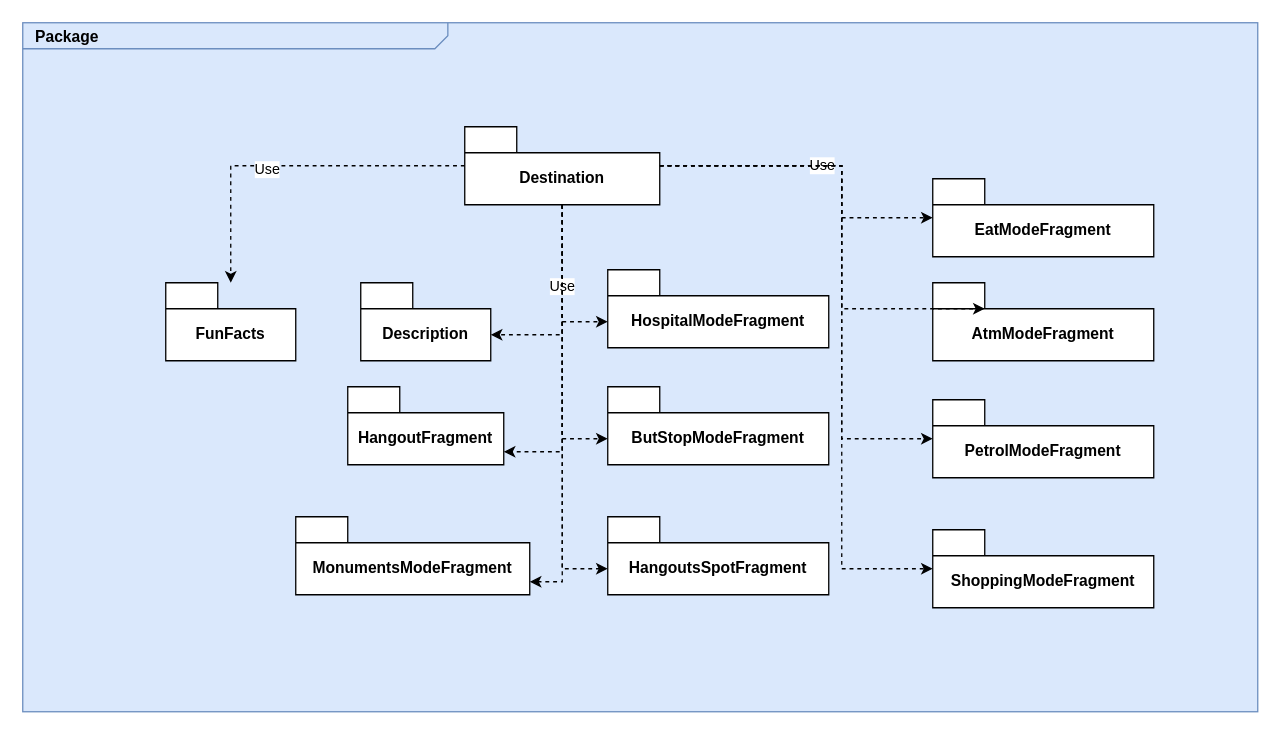
Earlier version of the draw.io diagram Models.drawio (MurielleMardenli200/LOG8430_TP1). Source tidied: cells renumbered, new cells numbered last; positions are measured from the earlier drawing's top-left corner, leaving out a move shared by most shapes. Both pictures are drawn from the tidied source at 130%, with x=0, y=0 at pixel (22, 22).
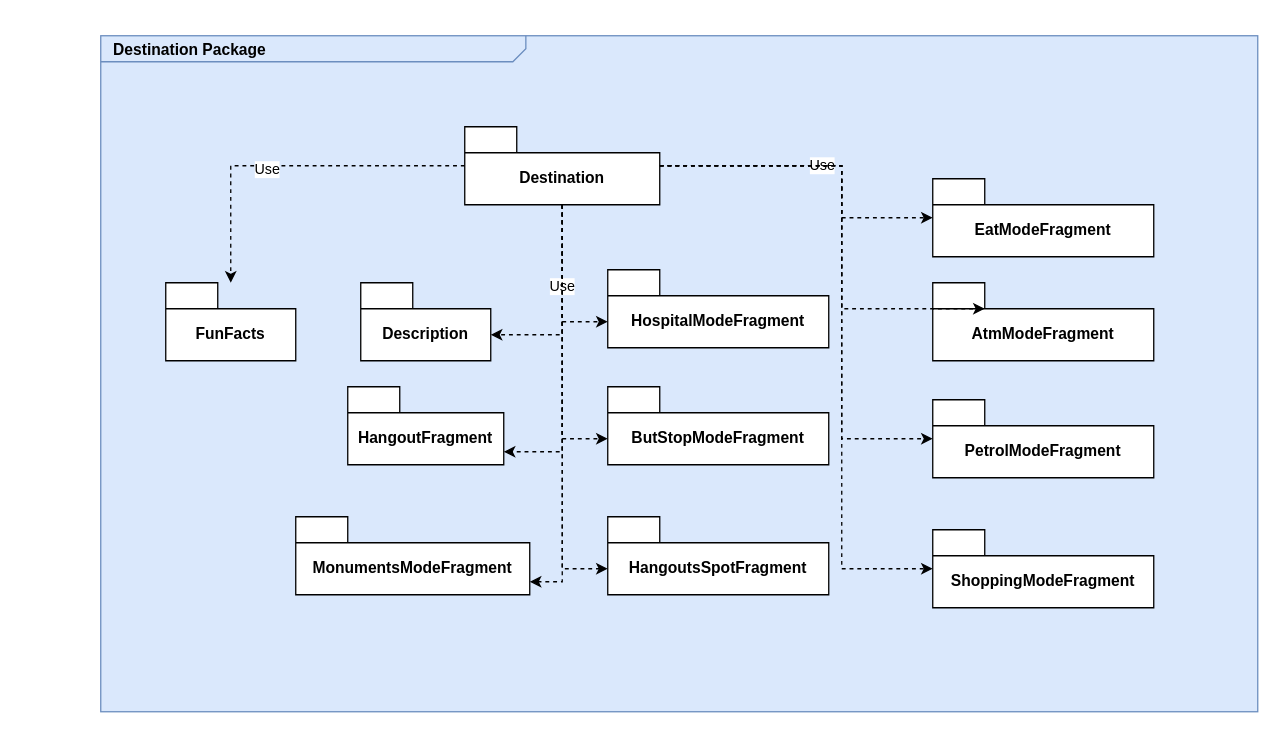
The same page after the edit.

What changed in the source:
```diff
@@
-    <mxCell id="2" value="&lt;p style=&quot;margin: 0px ; margin-top: 4px ; margin-left: 10px ; text-align: left&quot;&gt;&lt;b&gt;Package&lt;/b&gt;&lt;/p&gt;" style="html=1;strokeWidth=1;shape=mxgraph.sysml.package;html=1;overflow=fill;whiteSpace=wrap;fillColor=#dae8fc;fontSize=12;align=center;labelX=327.64;strokeColor=#6c8ebf;" parent="1" vertex="1">
-      <mxGeometry width="950" height="530" as="geometry" />
+    <mxCell id="2" value="&lt;p style=&quot;margin: 0px ; margin-top: 4px ; margin-left: 10px ; text-align: left&quot;&gt;&lt;b&gt;Destination Package&lt;/b&gt;&lt;/p&gt;" style="html=1;strokeWidth=1;shape=mxgraph.sysml.package;html=1;overflow=fill;whiteSpace=wrap;fillColor=#dae8fc;fontSize=12;align=center;labelX=327.64;strokeColor=#6c8ebf;" parent="1" vertex="1">
+      <mxGeometry x="60" y="10" width="890" height="520" as="geometry" />
     </mxCell>
```
